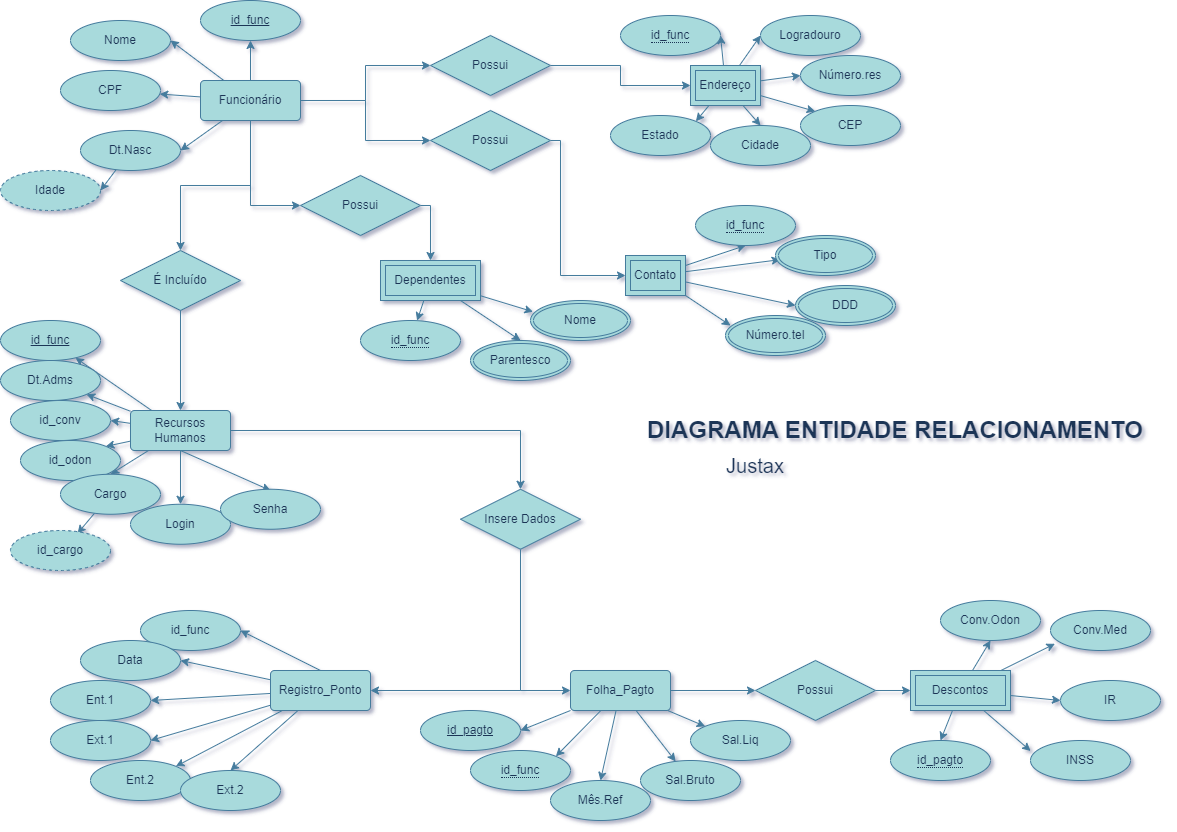
erickpaluan/folhaPagamento keeps this draw.io diagram as folhaPagamento/diagrams/DB Pim - Justax.png. Above is the earlier version. Source tidied: cells renumbered, new cells last; positions are measured from the earlier drawing's top-left corner, leaving out a move shared by most shapes.
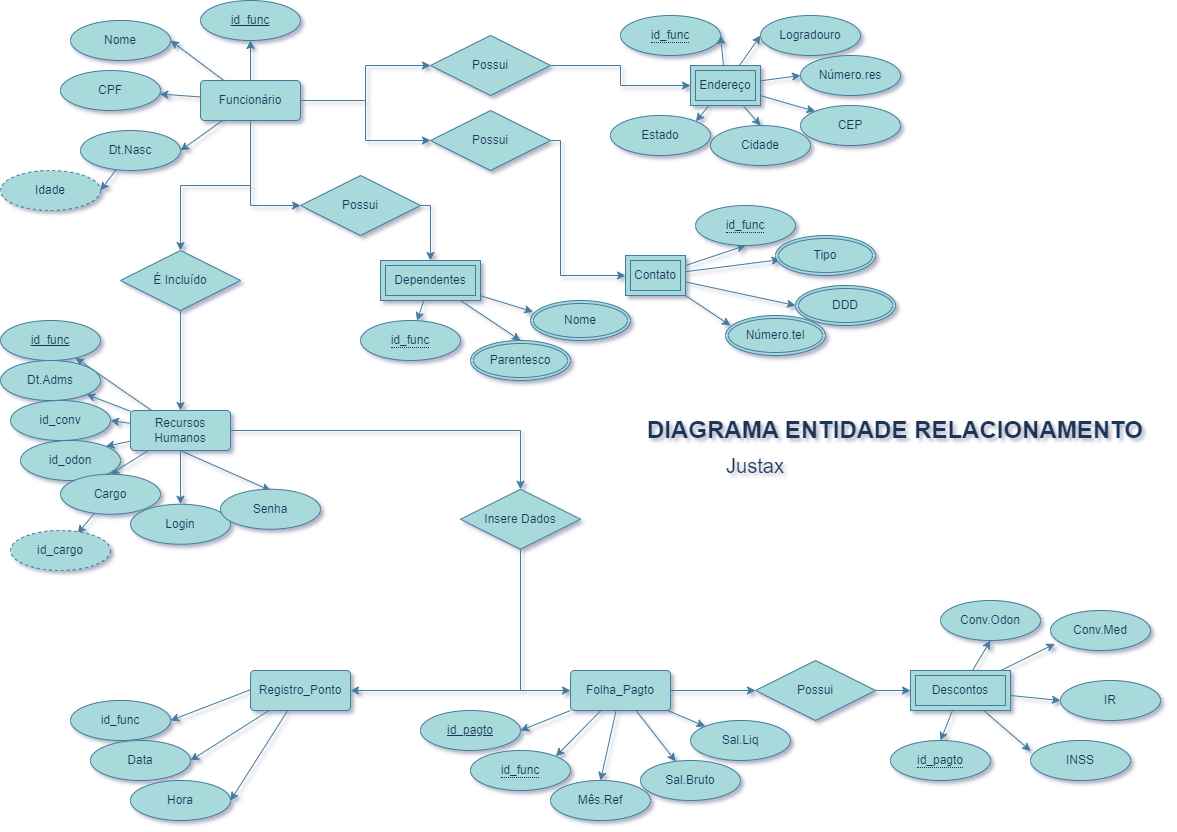
After the change.

What changed in the source:
```diff
@@ -255,39 +255,21 @@
     <mxCell id="78" style="rounded=0;jettySize=auto;html=1;entryX=1;entryY=0.5;entryDx=0;entryDy=0;labelBackgroundColor=none;strokeColor=#457B9D;fontColor=default;" parent="1" edge="1" source="83" target="85">
       <mxGeometry relative="1" as="geometry" />
     </mxCell>
-    <mxCell id="79" style="rounded=0;jettySize=auto;html=1;entryX=1;entryY=0.5;entryDx=0;entryDy=0;labelBackgroundColor=none;strokeColor=#457B9D;fontColor=default;" parent="1" edge="1" source="83" target="86">
+    <mxCell id="79" style="rounded=0;jettySize=auto;html=1;entryX=1;entryY=0.5;entryDx=0;entryDy=0;strokeColor=#457B9D;fontColor=#1D3557;fillColor=#A8DADC;" parent="1" edge="1" source="83" target="86">
       <mxGeometry relative="1" as="geometry" />
     </mxCell>
-    <mxCell id="80" style="rounded=0;jettySize=auto;html=1;entryX=1;entryY=0.5;entryDx=0;entryDy=0;labelBackgroundColor=none;strokeColor=#457B9D;fontColor=default;" parent="1" edge="1" source="83" target="87">
-      <mxGeometry relative="1" as="geometry" />
-    </mxCell>
-    <mxCell id="81" style="rounded=0;jettySize=auto;html=1;entryX=1;entryY=0;entryDx=0;entryDy=0;labelBackgroundColor=none;strokeColor=#457B9D;fontColor=default;" parent="1" edge="1" source="83" target="88">
-      <mxGeometry relative="1" as="geometry" />
-    </mxCell>
-    <mxCell id="82" style="rounded=0;jettySize=auto;html=1;entryX=0.5;entryY=0;entryDx=0;entryDy=0;labelBackgroundColor=none;strokeColor=#457B9D;fontColor=default;" parent="1" edge="1" source="83" target="89">
-      <mxGeometry relative="1" as="geometry" />
-    </mxCell>
     <mxCell id="83" value="Registro_Ponto" style="rounded=1;arcSize=10;whiteSpace=wrap;html=1;align=center;labelBackgroundColor=none;fillColor=#A8DADC;strokeColor=#457B9D;fontColor=#1D3557;" parent="1" vertex="1">
-      <mxGeometry x="270" y="670" width="100" height="40" as="geometry" />
+      <mxGeometry x="250" y="670" width="100" height="40" as="geometry" />
     </mxCell>
     <mxCell id="84" value="id_func" style="ellipse;whiteSpace=wrap;html=1;align=center;labelBackgroundColor=none;fillColor=#A8DADC;strokeColor=#457B9D;fontColor=#1D3557;" parent="1" vertex="1">
-      <mxGeometry x="140" y="610" width="100" height="40" as="geometry" />
+      <mxGeometry x="70" y="700" width="100" height="40" as="geometry" />
     </mxCell>
     <mxCell id="85" value="Data" style="ellipse;whiteSpace=wrap;html=1;align=center;labelBackgroundColor=none;fillColor=#A8DADC;strokeColor=#457B9D;fontColor=#1D3557;" parent="1" vertex="1">
-      <mxGeometry x="80" y="640" width="100" height="40" as="geometry" />
+      <mxGeometry x="90" y="740" width="100" height="40" as="geometry" />
     </mxCell>
-    <mxCell id="86" value="Ent.1" style="ellipse;whiteSpace=wrap;html=1;align=center;labelBackgroundColor=none;fillColor=#A8DADC;strokeColor=#457B9D;fontColor=#1D3557;" parent="1" vertex="1">
-      <mxGeometry x="50" y="680" width="100" height="40" as="geometry" />
+    <mxCell id="86" value="Hora" style="ellipse;whiteSpace=wrap;html=1;align=center;labelBackgroundColor=none;fillColor=#A8DADC;strokeColor=#457B9D;fontColor=#1D3557;" parent="1" vertex="1">
+      <mxGeometry x="130" y="780" width="100" height="40" as="geometry" />
     </mxCell>
-    <mxCell id="87" value="Ext.1" style="ellipse;whiteSpace=wrap;html=1;align=center;labelBackgroundColor=none;fillColor=#A8DADC;strokeColor=#457B9D;fontColor=#1D3557;" parent="1" vertex="1">
-      <mxGeometry x="50" y="720" width="100" height="40" as="geometry" />
-    </mxCell>
-    <mxCell id="88" value="Ent.2" style="ellipse;whiteSpace=wrap;html=1;align=center;labelBackgroundColor=none;fillColor=#A8DADC;strokeColor=#457B9D;fontColor=#1D3557;" parent="1" vertex="1">
-      <mxGeometry x="90" y="760" width="100" height="40" as="geometry" />
-    </mxCell>
-    <mxCell id="89" value="Ext.2" style="ellipse;whiteSpace=wrap;html=1;align=center;labelBackgroundColor=none;fillColor=#A8DADC;strokeColor=#457B9D;fontColor=#1D3557;" parent="1" vertex="1">
-      <mxGeometry x="180" y="770" width="100" height="40" as="geometry" />
-    </mxCell>
     <mxCell id="90" value="id_pagto" style="ellipse;whiteSpace=wrap;html=1;align=center;fontStyle=4;labelBackgroundColor=none;fillColor=#A8DADC;strokeColor=#457B9D;fontColor=#1D3557;" parent="1" vertex="1">
       <mxGeometry x="420" y="710" width="100" height="40" as="geometry" />
     </mxCell>
```
